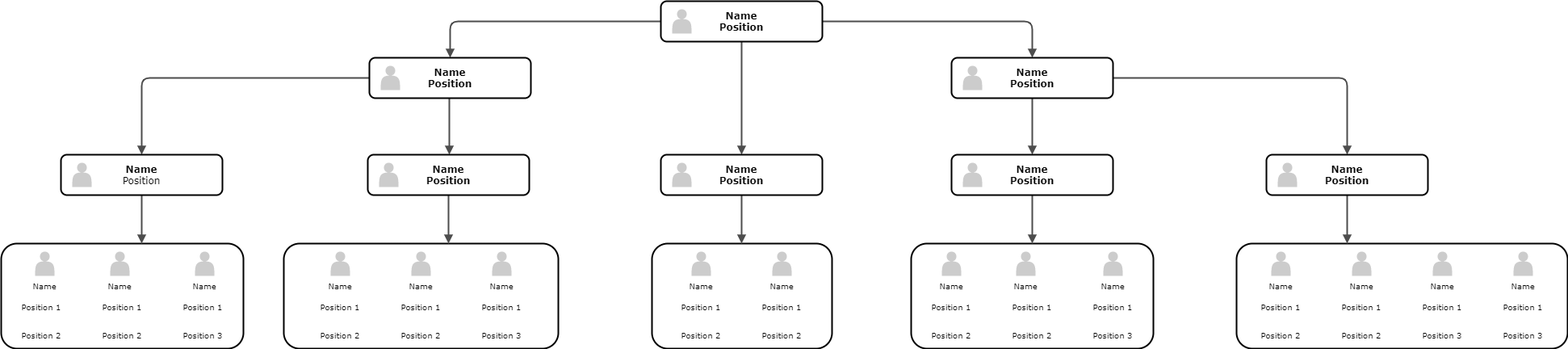
JXTK/app.diagrams.net keeps this draw.io diagram as CA_practical_asignment.png. Above is the earlier version. Source tidied: cells renumbered, new cells last; positions are measured from the earlier drawing's top-left corner, leaving out a move shared by most shapes.
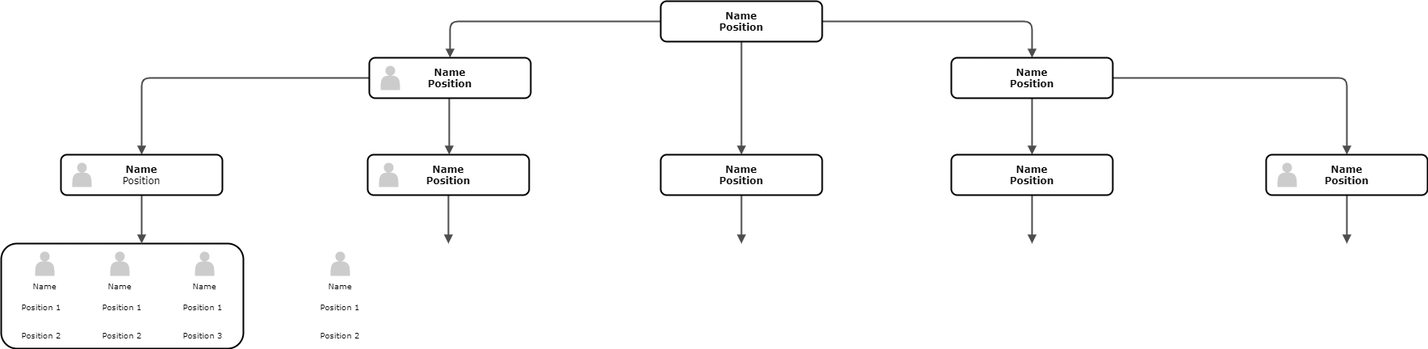
Above is the later version.

Diff of the diagram source:
```diff
@@ -14,45 +14,9 @@
     <mxCell id="5" value="Name" style="shape=actor;whiteSpace=wrap;html=1;rounded=0;shadow=0;comic=0;strokeWidth=1;fillColor=#CCCCCC;fontFamily=Verdana;align=center;strokeColor=none;labelPosition=center;verticalLabelPosition=bottom;verticalAlign=top;fontSize=10;" parent="1" vertex="1">
       <mxGeometry x="240" y="310" width="24" height="30" as="geometry" />
     </mxCell>
-    <mxCell id="6" style="whiteSpace=wrap;html=1;rounded=1;shadow=0;comic=0;strokeWidth=2;fontFamily=Verdana;align=center;fontSize=10;" parent="1" vertex="1">
-      <mxGeometry x="350" y="300" width="340" height="130" as="geometry" />
-    </mxCell>
-    <mxCell id="7" value="Name" style="shape=actor;whiteSpace=wrap;html=1;rounded=0;shadow=0;comic=0;strokeWidth=1;fillColor=#CCCCCC;fontFamily=Verdana;align=center;strokeColor=none;labelPosition=center;verticalLabelPosition=bottom;verticalAlign=top;fontSize=10;" parent="1" vertex="1">
-      <mxGeometry x="508" y="310" width="24" height="30" as="geometry" />
-    </mxCell>
-    <mxCell id="8" value="Name" style="shape=actor;whiteSpace=wrap;html=1;rounded=0;shadow=0;comic=0;strokeWidth=1;fillColor=#CCCCCC;fontFamily=Verdana;align=center;strokeColor=none;labelPosition=center;verticalLabelPosition=bottom;verticalAlign=top;fontSize=10;" parent="1" vertex="1">
-      <mxGeometry x="608" y="310" width="24" height="30" as="geometry" />
-    </mxCell>
-    <mxCell id="9" style="whiteSpace=wrap;html=1;rounded=1;shadow=0;comic=0;strokeWidth=2;fontFamily=Verdana;align=center;fontSize=10;" parent="1" vertex="1">
-      <mxGeometry x="806" y="300" width="223" height="130" as="geometry" />
-    </mxCell>
-    <mxCell id="10" value="Name" style="shape=actor;whiteSpace=wrap;html=1;rounded=0;shadow=0;comic=0;strokeWidth=1;fillColor=#CCCCCC;fontFamily=Verdana;align=center;strokeColor=none;labelPosition=center;verticalLabelPosition=bottom;verticalAlign=top;fontSize=10;" parent="1" vertex="1">
-      <mxGeometry x="855" y="310" width="24" height="30" as="geometry" />
-    </mxCell>
-    <mxCell id="11" value="Name" style="shape=actor;whiteSpace=wrap;html=1;rounded=0;shadow=0;comic=0;strokeWidth=1;fillColor=#CCCCCC;fontFamily=Verdana;align=center;strokeColor=none;labelPosition=center;verticalLabelPosition=bottom;verticalAlign=top;fontSize=10;" parent="1" vertex="1">
-      <mxGeometry x="955" y="310" width="24" height="30" as="geometry" />
-    </mxCell>
-    <mxCell id="12" style="whiteSpace=wrap;html=1;rounded=1;shadow=0;comic=0;strokeWidth=2;fontFamily=Verdana;align=center;fontSize=10;" parent="1" vertex="1">
-      <mxGeometry x="1127" y="300" width="300" height="130" as="geometry" />
-    </mxCell>
-    <mxCell id="13" style="whiteSpace=wrap;html=1;rounded=1;shadow=0;comic=0;strokeWidth=2;fontFamily=Verdana;align=center;fontSize=10;" parent="1" vertex="1">
-      <mxGeometry x="1530" y="300" width="410" height="130" as="geometry" />
-    </mxCell>
-    <mxCell id="14" value="Name" style="shape=actor;whiteSpace=wrap;html=1;rounded=0;shadow=0;comic=0;strokeWidth=1;fillColor=#CCCCCC;fontFamily=Verdana;align=center;strokeColor=none;labelPosition=center;verticalLabelPosition=bottom;verticalAlign=top;fontSize=10;" parent="1" vertex="1">
-      <mxGeometry x="1573" y="310" width="24" height="30" as="geometry" />
-    </mxCell>
-    <mxCell id="15" value="Name" style="shape=actor;whiteSpace=wrap;html=1;rounded=0;shadow=0;comic=0;strokeWidth=1;fillColor=#CCCCCC;fontFamily=Verdana;align=center;strokeColor=none;labelPosition=center;verticalLabelPosition=bottom;verticalAlign=top;fontSize=10;" parent="1" vertex="1">
-      <mxGeometry x="1673" y="310" width="24" height="30" as="geometry" />
-    </mxCell>
-    <mxCell id="16" value="Name" style="shape=actor;whiteSpace=wrap;html=1;rounded=0;shadow=0;comic=0;strokeWidth=1;fillColor=#CCCCCC;fontFamily=Verdana;align=center;strokeColor=none;labelPosition=center;verticalLabelPosition=bottom;verticalAlign=top;fontSize=10;" parent="1" vertex="1">
-      <mxGeometry x="1773" y="310" width="24" height="30" as="geometry" />
-    </mxCell>
     <mxCell id="17" value="Name" style="shape=actor;whiteSpace=wrap;html=1;rounded=0;shadow=0;comic=0;strokeWidth=1;fillColor=#CCCCCC;fontFamily=Verdana;align=center;strokeColor=none;labelPosition=center;verticalLabelPosition=bottom;verticalAlign=top;fontSize=10;" parent="1" vertex="1">
       <mxGeometry x="408" y="310" width="24" height="30" as="geometry" />
     </mxCell>
-    <mxCell id="18" value="Name" style="shape=actor;whiteSpace=wrap;html=1;rounded=0;shadow=0;comic=0;strokeWidth=1;fillColor=#CCCCCC;fontFamily=Verdana;align=center;strokeColor=none;labelPosition=center;verticalLabelPosition=bottom;verticalAlign=top;fontSize=10;" parent="1" vertex="1">
-      <mxGeometry x="1873" y="310" width="24" height="30" as="geometry" />
-    </mxCell>
     <mxCell id="19" style="edgeStyle=orthogonalEdgeStyle;rounded=1;html=1;labelBackgroundColor=none;endArrow=block;endFill=1;strokeColor=#4D4D4D;strokeWidth=2;fontFamily=Verdana;fontSize=12;fontStyle=1;" parent="1" edge="1" source="72" target="70">
       <mxGeometry relative="1" as="geometry" />
     </mxCell>
@@ -74,17 +38,25 @@
     <mxCell id="25" style="edgeStyle=orthogonalEdgeStyle;rounded=1;html=1;labelBackgroundColor=none;endArrow=block;endFill=1;strokeColor=#4D4D4D;strokeWidth=2;fontFamily=Verdana;fontSize=12;fontStyle=1;" parent="1" edge="1" source="74" target="76">
       <mxGeometry relative="1" as="geometry" />
     </mxCell>
-    <mxCell id="26" style="edgeStyle=elbowEdgeStyle;rounded=1;html=1;labelBackgroundColor=none;endArrow=block;endFill=1;strokeColor=#4D4D4D;strokeWidth=2;fontFamily=Verdana;fontSize=10;" parent="1" edge="1" source="78" target="13">
-      <mxGeometry relative="1" as="geometry" />
+    <mxCell id="26" style="edgeStyle=elbowEdgeStyle;rounded=1;html=1;labelBackgroundColor=none;endArrow=block;endFill=1;strokeColor=#4D4D4D;strokeWidth=2;fontFamily=Verdana;fontSize=10;" parent="1" edge="1" source="78">
+      <mxGeometry relative="1" as="geometry">
+        <mxPoint x="1667" y="300" as="targetPoint" />
+      </mxGeometry>
     </mxCell>
-    <mxCell id="27" style="edgeStyle=orthogonalEdgeStyle;rounded=1;html=1;labelBackgroundColor=none;endArrow=block;endFill=1;strokeColor=#4D4D4D;strokeWidth=2;fontFamily=Verdana;fontSize=10;" parent="1" edge="1" source="76" target="12">
-      <mxGeometry relative="1" as="geometry" />
+    <mxCell id="27" style="edgeStyle=orthogonalEdgeStyle;rounded=1;html=1;labelBackgroundColor=none;endArrow=block;endFill=1;strokeColor=#4D4D4D;strokeWidth=2;fontFamily=Verdana;fontSize=10;" parent="1" edge="1" source="76">
+      <mxGeometry relative="1" as="geometry">
+        <mxPoint x="1277" y="300" as="targetPoint" />
+      </mxGeometry>
     </mxCell>
-    <mxCell id="28" style="edgeStyle=elbowEdgeStyle;rounded=1;html=1;labelBackgroundColor=none;endArrow=block;endFill=1;strokeColor=#4D4D4D;strokeWidth=2;fontFamily=Verdana;fontSize=10;" parent="1" edge="1" source="70" target="9">
-      <mxGeometry relative="1" as="geometry" />
+    <mxCell id="28" style="edgeStyle=elbowEdgeStyle;rounded=1;html=1;labelBackgroundColor=none;endArrow=block;endFill=1;strokeColor=#4D4D4D;strokeWidth=2;fontFamily=Verdana;fontSize=10;" parent="1" edge="1" source="70">
+      <mxGeometry relative="1" as="geometry">
+        <mxPoint x="917" y="300" as="targetPoint" />
+      </mxGeometry>
     </mxCell>
-    <mxCell id="29" style="edgeStyle=elbowEdgeStyle;rounded=1;html=1;labelBackgroundColor=none;endArrow=block;endFill=1;strokeColor=#4D4D4D;strokeWidth=2;fontFamily=Verdana;fontSize=10;" parent="1" edge="1" source="68" target="6">
-      <mxGeometry relative="1" as="geometry" />
+    <mxCell id="29" style="edgeStyle=elbowEdgeStyle;rounded=1;html=1;labelBackgroundColor=none;endArrow=block;endFill=1;strokeColor=#4D4D4D;strokeWidth=2;fontFamily=Verdana;fontSize=10;" parent="1" edge="1" source="68">
+      <mxGeometry relative="1" as="geometry">
+        <mxPoint x="554" y="300" as="targetPoint" />
+      </mxGeometry>
     </mxCell>
     <mxCell id="30" style="edgeStyle=elbowEdgeStyle;rounded=1;html=1;labelBackgroundColor=none;endArrow=block;endFill=1;strokeColor=#4D4D4D;strokeWidth=2;fontFamily=Verdana;fontSize=10;" parent="1" edge="1" source="64" target="2">
       <mxGeometry relative="1" as="geometry" />
@@ -110,84 +82,9 @@
     <mxCell id="37" value="Position 1" style="text;html=1;strokeColor=none;fillColor=none;align=center;verticalAlign=middle;whiteSpace=wrap;rounded=1;shadow=0;comic=0;fontFamily=Verdana;fontSize=10;" parent="1" vertex="1">
       <mxGeometry x="375" y="365" width="90" height="25" as="geometry" />
     </mxCell>
-    <mxCell id="38" value="Position 1" style="text;html=1;strokeColor=none;fillColor=none;align=center;verticalAlign=middle;whiteSpace=wrap;rounded=1;shadow=0;comic=0;fontFamily=Verdana;fontSize=10;" parent="1" vertex="1">
-      <mxGeometry x="475" y="365" width="90" height="25" as="geometry" />
-    </mxCell>
-    <mxCell id="39" value="Position 1" style="text;html=1;strokeColor=none;fillColor=none;align=center;verticalAlign=middle;whiteSpace=wrap;rounded=1;shadow=0;comic=0;fontFamily=Verdana;fontSize=10;" parent="1" vertex="1">
-      <mxGeometry x="575" y="365" width="90" height="25" as="geometry" />
-    </mxCell>
     <mxCell id="40" value="Position 2" style="text;html=1;strokeColor=none;fillColor=none;align=center;verticalAlign=middle;whiteSpace=wrap;rounded=1;shadow=0;comic=0;fontFamily=Verdana;fontSize=10;" parent="1" vertex="1">
       <mxGeometry x="375" y="400" width="90" height="25" as="geometry" />
     </mxCell>
-    <mxCell id="41" value="Position 2" style="text;html=1;strokeColor=none;fillColor=none;align=center;verticalAlign=middle;whiteSpace=wrap;rounded=1;shadow=0;comic=0;fontFamily=Verdana;fontSize=10;" parent="1" vertex="1">
-      <mxGeometry x="475" y="400" width="90" height="25" as="geometry" />
-    </mxCell>
-    <mxCell id="42" value="Position 3" style="text;html=1;strokeColor=none;fillColor=none;align=center;verticalAlign=middle;whiteSpace=wrap;rounded=1;shadow=0;comic=0;fontFamily=Verdana;fontSize=10;" parent="1" vertex="1">
-      <mxGeometry x="575" y="400" width="90" height="25" as="geometry" />
-    </mxCell>
-    <mxCell id="43" value="Position 1" style="text;html=1;strokeColor=none;fillColor=none;align=center;verticalAlign=middle;whiteSpace=wrap;rounded=1;shadow=0;comic=0;fontFamily=Verdana;fontSize=10;" parent="1" vertex="1">
-      <mxGeometry x="822" y="365" width="90" height="25" as="geometry" />
-    </mxCell>
-    <mxCell id="44" value="Position 1" style="text;html=1;strokeColor=none;fillColor=none;align=center;verticalAlign=middle;whiteSpace=wrap;rounded=1;shadow=0;comic=0;fontFamily=Verdana;fontSize=10;" parent="1" vertex="1">
-      <mxGeometry x="922" y="365" width="90" height="25" as="geometry" />
-    </mxCell>
-    <mxCell id="45" value="Position 2" style="text;html=1;strokeColor=none;fillColor=none;align=center;verticalAlign=middle;whiteSpace=wrap;rounded=1;shadow=0;comic=0;fontFamily=Verdana;fontSize=10;" parent="1" vertex="1">
-      <mxGeometry x="822" y="400" width="90" height="25" as="geometry" />
-    </mxCell>
-    <mxCell id="46" value="Position 2" style="text;html=1;strokeColor=none;fillColor=none;align=center;verticalAlign=middle;whiteSpace=wrap;rounded=1;shadow=0;comic=0;fontFamily=Verdana;fontSize=10;" parent="1" vertex="1">
-      <mxGeometry x="922" y="400" width="90" height="25" as="geometry" />
-    </mxCell>
-    <mxCell id="47" value="Name" style="shape=actor;whiteSpace=wrap;html=1;rounded=0;shadow=0;comic=0;strokeWidth=1;fillColor=#CCCCCC;fontFamily=Verdana;align=center;strokeColor=none;labelPosition=center;verticalLabelPosition=bottom;verticalAlign=top;fontSize=10;" parent="1" vertex="1">
-      <mxGeometry x="1257" y="310" width="24" height="30" as="geometry" />
-    </mxCell>
-    <mxCell id="48" value="Name" style="shape=actor;whiteSpace=wrap;html=1;rounded=0;shadow=0;comic=0;strokeWidth=1;fillColor=#CCCCCC;fontFamily=Verdana;align=center;strokeColor=none;labelPosition=center;verticalLabelPosition=bottom;verticalAlign=top;fontSize=10;" parent="1" vertex="1">
-      <mxGeometry x="1365" y="310" width="24" height="30" as="geometry" />
-    </mxCell>
-    <mxCell id="49" value="Name" style="shape=actor;whiteSpace=wrap;html=1;rounded=0;shadow=0;comic=0;strokeWidth=1;fillColor=#CCCCCC;fontFamily=Verdana;align=center;strokeColor=none;labelPosition=center;verticalLabelPosition=bottom;verticalAlign=top;fontSize=10;" parent="1" vertex="1">
-      <mxGeometry x="1165" y="310" width="24" height="30" as="geometry" />
-    </mxCell>
-    <mxCell id="50" value="Position 1" style="text;html=1;strokeColor=none;fillColor=none;align=center;verticalAlign=middle;whiteSpace=wrap;rounded=1;shadow=0;comic=0;fontFamily=Verdana;fontSize=10;" parent="1" vertex="1">
-      <mxGeometry x="1132" y="365" width="90" height="25" as="geometry" />
-    </mxCell>
-    <mxCell id="51" value="Position 1" style="text;html=1;strokeColor=none;fillColor=none;align=center;verticalAlign=middle;whiteSpace=wrap;rounded=1;shadow=0;comic=0;fontFamily=Verdana;fontSize=10;" parent="1" vertex="1">
-      <mxGeometry x="1232" y="365" width="90" height="25" as="geometry" />
-    </mxCell>
-    <mxCell id="52" value="Position 1" style="text;html=1;strokeColor=none;fillColor=none;align=center;verticalAlign=middle;whiteSpace=wrap;rounded=1;shadow=0;comic=0;fontFamily=Verdana;fontSize=10;" parent="1" vertex="1">
-      <mxGeometry x="1332" y="365" width="90" height="25" as="geometry" />
-    </mxCell>
-    <mxCell id="53" value="Position 2" style="text;html=1;strokeColor=none;fillColor=none;align=center;verticalAlign=middle;whiteSpace=wrap;rounded=1;shadow=0;comic=0;fontFamily=Verdana;fontSize=10;" parent="1" vertex="1">
-      <mxGeometry x="1132" y="400" width="90" height="25" as="geometry" />
-    </mxCell>
-    <mxCell id="54" value="Position 2" style="text;html=1;strokeColor=none;fillColor=none;align=center;verticalAlign=middle;whiteSpace=wrap;rounded=1;shadow=0;comic=0;fontFamily=Verdana;fontSize=10;" parent="1" vertex="1">
-      <mxGeometry x="1232" y="400" width="90" height="25" as="geometry" />
-    </mxCell>
-    <mxCell id="55" value="Position 3" style="text;html=1;strokeColor=none;fillColor=none;align=center;verticalAlign=middle;whiteSpace=wrap;rounded=1;shadow=0;comic=0;fontFamily=Verdana;fontSize=10;" parent="1" vertex="1">
-      <mxGeometry x="1332" y="400" width="90" height="25" as="geometry" />
-    </mxCell>
-    <mxCell id="56" value="Position 1" style="text;html=1;strokeColor=none;fillColor=none;align=center;verticalAlign=middle;whiteSpace=wrap;rounded=1;shadow=0;comic=0;fontFamily=Verdana;fontSize=10;" parent="1" vertex="1">
-      <mxGeometry x="1540" y="365" width="90" height="25" as="geometry" />
-    </mxCell>
-    <mxCell id="57" value="Position 1" style="text;html=1;strokeColor=none;fillColor=none;align=center;verticalAlign=middle;whiteSpace=wrap;rounded=1;shadow=0;comic=0;fontFamily=Verdana;fontSize=10;" parent="1" vertex="1">
-      <mxGeometry x="1640" y="365" width="90" height="25" as="geometry" />
-    </mxCell>
-    <mxCell id="58" value="Position 1" style="text;html=1;strokeColor=none;fillColor=none;align=center;verticalAlign=middle;whiteSpace=wrap;rounded=1;shadow=0;comic=0;fontFamily=Verdana;fontSize=10;" parent="1" vertex="1">
-      <mxGeometry x="1740" y="365" width="90" height="25" as="geometry" />
-    </mxCell>
-    <mxCell id="59" value="Position 2" style="text;html=1;strokeColor=none;fillColor=none;align=center;verticalAlign=middle;whiteSpace=wrap;rounded=1;shadow=0;comic=0;fontFamily=Verdana;fontSize=10;" parent="1" vertex="1">
-      <mxGeometry x="1540" y="400" width="90" height="25" as="geometry" />
-    </mxCell>
-    <mxCell id="60" value="Position 2" style="text;html=1;strokeColor=none;fillColor=none;align=center;verticalAlign=middle;whiteSpace=wrap;rounded=1;shadow=0;comic=0;fontFamily=Verdana;fontSize=10;" parent="1" vertex="1">
-      <mxGeometry x="1640" y="400" width="90" height="25" as="geometry" />
-    </mxCell>
-    <mxCell id="61" value="Position 3" style="text;html=1;strokeColor=none;fillColor=none;align=center;verticalAlign=middle;whiteSpace=wrap;rounded=1;shadow=0;comic=0;fontFamily=Verdana;fontSize=10;" parent="1" vertex="1">
-      <mxGeometry x="1740" y="400" width="90" height="25" as="geometry" />
-    </mxCell>
-    <mxCell id="62" value="Position 1" style="text;html=1;strokeColor=none;fillColor=none;align=center;verticalAlign=middle;whiteSpace=wrap;rounded=1;shadow=0;comic=0;fontFamily=Verdana;fontSize=10;" parent="1" vertex="1">
-      <mxGeometry x="1840" y="365" width="90" height="25" as="geometry" />
-    </mxCell>
-    <mxCell id="63" value="Position 3" style="text;html=1;strokeColor=none;fillColor=none;align=center;verticalAlign=middle;whiteSpace=wrap;rounded=1;shadow=0;comic=0;fontFamily=Verdana;fontSize=10;" parent="1" vertex="1">
-      <mxGeometry x="1840" y="400" width="90" height="25" as="geometry" />
-    </mxCell>
     <mxCell id="64" value="&lt;span&gt;Name&lt;/span&gt;&lt;div&gt;&lt;span style=&quot;font-weight: normal&quot;&gt;Position&lt;/span&gt;&lt;/div&gt;" style="whiteSpace=wrap;html=1;rounded=1;shadow=0;comic=0;strokeWidth=2;fontFamily=Verdana;align=center;fontSize=12;fontStyle=1;" parent="1" vertex="1">
       <mxGeometry x="74" y="190" width="200" height="50" as="geometry" />
     </mxCell>
@@ -209,27 +106,15 @@
     <mxCell id="70" value="Name&lt;div&gt;&lt;span&gt;Position&lt;/span&gt;&lt;/div&gt;" style="whiteSpace=wrap;html=1;rounded=1;shadow=0;comic=0;strokeWidth=2;fontFamily=Verdana;align=center;fontSize=12;fontStyle=1;" parent="1" vertex="1">
       <mxGeometry x="817" y="190" width="200" height="50" as="geometry" />
     </mxCell>
-    <mxCell id="71" style="shape=actor;whiteSpace=wrap;html=1;rounded=0;shadow=0;comic=0;strokeWidth=1;fillColor=#CCCCCC;fontFamily=Verdana;align=center;strokeColor=none;fontSize=12;fontStyle=1;" parent="1" vertex="1">
-      <mxGeometry x="831" y="200" width="24" height="30" as="geometry" />
-    </mxCell>
     <mxCell id="72" value="Name&lt;div&gt;&lt;span&gt;Position&lt;/span&gt;&lt;/div&gt;" style="whiteSpace=wrap;html=1;rounded=1;shadow=0;comic=0;strokeWidth=2;fontFamily=Verdana;align=center;fontSize=12;fontStyle=1;" parent="1" vertex="1">
       <mxGeometry x="817" width="200" height="50" as="geometry" />
     </mxCell>
-    <mxCell id="73" style="shape=actor;whiteSpace=wrap;html=1;rounded=0;shadow=0;comic=0;strokeWidth=1;fillColor=#CCCCCC;fontFamily=Verdana;align=center;strokeColor=none;fontSize=12;fontStyle=1;" parent="1" vertex="1">
-      <mxGeometry x="831" y="10" width="24" height="30" as="geometry" />
-    </mxCell>
     <mxCell id="74" value="Name&lt;div&gt;&lt;span&gt;Position&lt;/span&gt;&lt;/div&gt;" style="whiteSpace=wrap;html=1;rounded=1;shadow=0;comic=0;strokeWidth=2;fontFamily=Verdana;align=center;fontSize=12;fontStyle=1;" parent="1" vertex="1">
       <mxGeometry x="1177" y="70" width="200" height="50" as="geometry" />
     </mxCell>
-    <mxCell id="75" style="shape=actor;whiteSpace=wrap;html=1;rounded=0;shadow=0;comic=0;strokeWidth=1;fillColor=#CCCCCC;fontFamily=Verdana;align=center;strokeColor=none;fontSize=12;fontStyle=1;" parent="1" vertex="1">
-      <mxGeometry x="1191" y="80" width="24" height="30" as="geometry" />
-    </mxCell>
     <mxCell id="76" value="Name&lt;div&gt;&lt;span&gt;Position&lt;/span&gt;&lt;/div&gt;" style="whiteSpace=wrap;html=1;rounded=1;shadow=0;comic=0;strokeWidth=2;fontFamily=Verdana;align=center;fontSize=12;fontStyle=1;" parent="1" vertex="1">
       <mxGeometry x="1177" y="190" width="200" height="50" as="geometry" />
     </mxCell>
-    <mxCell id="77" style="shape=actor;whiteSpace=wrap;html=1;rounded=0;shadow=0;comic=0;strokeWidth=1;fillColor=#CCCCCC;fontFamily=Verdana;align=center;strokeColor=none;fontSize=12;fontStyle=1;" parent="1" vertex="1">
-      <mxGeometry x="1191" y="200" width="24" height="30" as="geometry" />
-    </mxCell>
     <mxCell id="78" value="Name&lt;div&gt;&lt;span&gt;Position&lt;/span&gt;&lt;/div&gt;" style="whiteSpace=wrap;html=1;rounded=1;shadow=0;comic=0;strokeWidth=2;fontFamily=Verdana;align=center;fontSize=12;fontStyle=1;" parent="1" vertex="1">
       <mxGeometry x="1567" y="190" width="200" height="50" as="geometry" />
     </mxCell>
```
